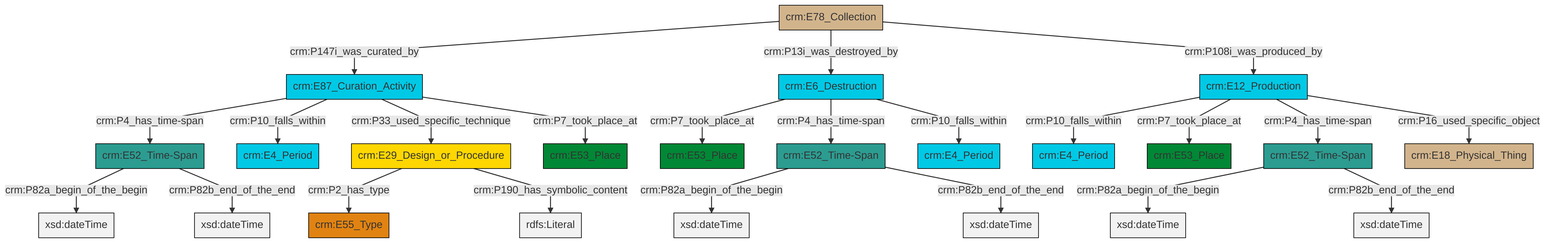
Before: et/archivalCSV/ttl/mmd/png/archival_existence.png, a diagram exported from Mermaid (swiss-art-research-net/docs.swissartresearch). Its source is kept beside it as et/archivalCSV/ttl/mmd/archival_existence.ttl.mmd. The source it was exported from:
```mermaid
graph TD
classDef Literal fill:#f2f2f2,stroke:#000000;
classDef CRM_Entity fill:#FFFFFF,stroke:#000000;
classDef Temporal_Entity fill:#00C9E6, stroke:#000000;
classDef Type fill:#E18312, stroke:#000000;
classDef Time-Span fill:#2C9C91, stroke:#000000;
classDef Appellation fill:#FFEB7F, stroke:#000000;
classDef Place fill:#008836, stroke:#000000;
classDef Persistent_Item fill:#B266B2, stroke:#000000;
classDef Conceptual_Object fill:#FFD700, stroke:#000000;
classDef Physical_Thing fill:#D2B48C, stroke:#000000;
classDef Actor fill:#f58aad, stroke:#000000;
classDef PC_Classes fill:#4ce600, stroke:#000000;
classDef Multi fill:#cccccc,stroke:#000000;

4["crm:E87_Curation_Activity"]:::Temporal_Entity -->|crm:P4_has_time-span| 5["crm:E52_Time-Span"]:::Time-Span
8["crm:E78_Collection"]:::Physical_Thing -->|crm:P147i_was_curated_by| 4["crm:E87_Curation_Activity"]:::Temporal_Entity
9["crm:E52_Time-Span"]:::Time-Span -->|crm:P82a_begin_of_the_begin| 10[xsd:dateTime]:::Literal
11["crm:E12_Production"]:::Temporal_Entity -->|crm:P10_falls_within| 2["crm:E4_Period"]:::Temporal_Entity
5["crm:E52_Time-Span"]:::Time-Span -->|crm:P82a_begin_of_the_begin| 16[xsd:dateTime]:::Literal
8["crm:E78_Collection"]:::Physical_Thing -->|crm:P13i_was_destroyed_by| 6["crm:E6_Destruction"]:::Temporal_Entity
23["crm:E29_Design_or_Procedure"]:::Conceptual_Object -->|crm:P2_has_type| 17["crm:E55_Type"]:::Type
23["crm:E29_Design_or_Procedure"]:::Conceptual_Object -->|crm:P190_has_symbolic_content| 26[rdfs:Literal]:::Literal
5["crm:E52_Time-Span"]:::Time-Span -->|crm:P82b_end_of_the_end| 29[xsd:dateTime]:::Literal
4["crm:E87_Curation_Activity"]:::Temporal_Entity -->|crm:P10_falls_within| 0["crm:E4_Period"]:::Temporal_Entity
6["crm:E6_Destruction"]:::Temporal_Entity -->|crm:P7_took_place_at| 33["crm:E53_Place"]:::Place
12["crm:E52_Time-Span"]:::Time-Span -->|crm:P82a_begin_of_the_begin| 34[xsd:dateTime]:::Literal
11["crm:E12_Production"]:::Temporal_Entity -->|crm:P7_took_place_at| 14["crm:E53_Place"]:::Place
8["crm:E78_Collection"]:::Physical_Thing -->|crm:P108i_was_produced_by| 11["crm:E12_Production"]:::Temporal_Entity
4["crm:E87_Curation_Activity"]:::Temporal_Entity -->|crm:P33_used_specific_technique| 23["crm:E29_Design_or_Procedure"]:::Conceptual_Object
4["crm:E87_Curation_Activity"]:::Temporal_Entity -->|crm:P7_took_place_at| 31["crm:E53_Place"]:::Place
6["crm:E6_Destruction"]:::Temporal_Entity -->|crm:P4_has_time-span| 12["crm:E52_Time-Span"]:::Time-Span
9["crm:E52_Time-Span"]:::Time-Span -->|crm:P82b_end_of_the_end| 35[xsd:dateTime]:::Literal
12["crm:E52_Time-Span"]:::Time-Span -->|crm:P82b_end_of_the_end| 37[xsd:dateTime]:::Literal
11["crm:E12_Production"]:::Temporal_Entity -->|crm:P4_has_time-span| 9["crm:E52_Time-Span"]:::Time-Span
11["crm:E12_Production"]:::Temporal_Entity -->|crm:P16_used_specific_object| 27["crm:E18_Physical_Thing"]:::Physical_Thing
6["crm:E6_Destruction"]:::Temporal_Entity -->|crm:P10_falls_within| 20["crm:E4_Period"]:::Temporal_Entity
```
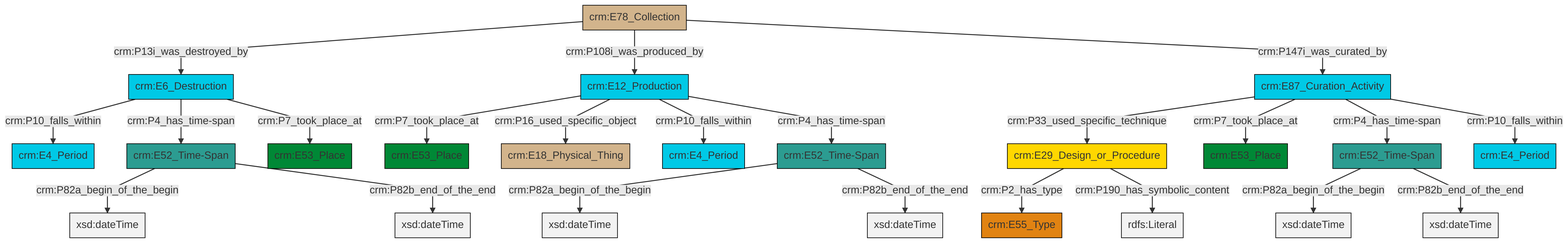
The same file after the commit.

What changed in the source:
```diff
@@ -13,25 +13,25 @@
 classDef PC_Classes fill:#4ce600, stroke:#000000;
 classDef Multi fill:#cccccc,stroke:#000000;
 
-4["crm:E87_Curation_Activity"]:::Temporal_Entity -->|crm:P4_has_time-span| 5["crm:E52_Time-Span"]:::Time-Span
-8["crm:E78_Collection"]:::Physical_Thing -->|crm:P147i_was_curated_by| 4["crm:E87_Curation_Activity"]:::Temporal_Entity
-9["crm:E52_Time-Span"]:::Time-Span -->|crm:P82a_begin_of_the_begin| 10[xsd:dateTime]:::Literal
-11["crm:E12_Production"]:::Temporal_Entity -->|crm:P10_falls_within| 2["crm:E4_Period"]:::Temporal_Entity
-5["crm:E52_Time-Span"]:::Time-Span -->|crm:P82a_begin_of_the_begin| 16[xsd:dateTime]:::Literal
-8["crm:E78_Collection"]:::Physical_Thing -->|crm:P13i_was_destroyed_by| 6["crm:E6_Destruction"]:::Temporal_Entity
-23["crm:E29_Design_or_Procedure"]:::Conceptual_Object -->|crm:P2_has_type| 17["crm:E55_Type"]:::Type
-23["crm:E29_Design_or_Procedure"]:::Conceptual_Object -->|crm:P190_has_symbolic_content| 26[rdfs:Literal]:::Literal
-5["crm:E52_Time-Span"]:::Time-Span -->|crm:P82b_end_of_the_end| 29[xsd:dateTime]:::Literal
-4["crm:E87_Curation_Activity"]:::Temporal_Entity -->|crm:P10_falls_within| 0["crm:E4_Period"]:::Temporal_Entity
-6["crm:E6_Destruction"]:::Temporal_Entity -->|crm:P7_took_place_at| 33["crm:E53_Place"]:::Place
-12["crm:E52_Time-Span"]:::Time-Span -->|crm:P82a_begin_of_the_begin| 34[xsd:dateTime]:::Literal
-11["crm:E12_Production"]:::Temporal_Entity -->|crm:P7_took_place_at| 14["crm:E53_Place"]:::Place
-8["crm:E78_Collection"]:::Physical_Thing -->|crm:P108i_was_produced_by| 11["crm:E12_Production"]:::Temporal_Entity
-4["crm:E87_Curation_Activity"]:::Temporal_Entity -->|crm:P33_used_specific_technique| 23["crm:E29_Design_or_Procedure"]:::Conceptual_Object
-4["crm:E87_Curation_Activity"]:::Temporal_Entity -->|crm:P7_took_place_at| 31["crm:E53_Place"]:::Place
-6["crm:E6_Destruction"]:::Temporal_Entity -->|crm:P4_has_time-span| 12["crm:E52_Time-Span"]:::Time-Span
-9["crm:E52_Time-Span"]:::Time-Span -->|crm:P82b_end_of_the_end| 35[xsd:dateTime]:::Literal
-12["crm:E52_Time-Span"]:::Time-Span -->|crm:P82b_end_of_the_end| 37[xsd:dateTime]:::Literal
-11["crm:E12_Production"]:::Temporal_Entity -->|crm:P4_has_time-span| 9["crm:E52_Time-Span"]:::Time-Span
-11["crm:E12_Production"]:::Temporal_Entity -->|crm:P16_used_specific_object| 27["crm:E18_Physical_Thing"]:::Physical_Thing
-6["crm:E6_Destruction"]:::Temporal_Entity -->|crm:P10_falls_within| 20["crm:E4_Period"]:::Temporal_Entity
+4["crm:E29_Design_or_Procedure"]:::Conceptual_Object -->|crm:P2_has_type| 5["crm:E55_Type"]:::Type
+6["crm:E52_Time-Span"]:::Time-Span -->|crm:P82a_begin_of_the_begin| 7[xsd:dateTime]:::Literal
+8["crm:E78_Collection"]:::Physical_Thing -->|crm:P13i_was_destroyed_by| 9["crm:E6_Destruction"]:::Temporal_Entity
+13["crm:E12_Production"]:::Temporal_Entity -->|crm:P7_took_place_at| 14["crm:E53_Place"]:::Place
+8["crm:E78_Collection"]:::Physical_Thing -->|crm:P108i_was_produced_by| 13["crm:E12_Production"]:::Temporal_Entity
+0["crm:E52_Time-Span"]:::Time-Span -->|crm:P82a_begin_of_the_begin| 15[xsd:dateTime]:::Literal
+2["crm:E87_Curation_Activity"]:::Temporal_Entity -->|crm:P33_used_specific_technique| 4["crm:E29_Design_or_Procedure"]:::Conceptual_Object
+8["crm:E78_Collection"]:::Physical_Thing -->|crm:P147i_was_curated_by| 2["crm:E87_Curation_Activity"]:::Temporal_Entity
+6["crm:E52_Time-Span"]:::Time-Span -->|crm:P82b_end_of_the_end| 18[xsd:dateTime]:::Literal
+9["crm:E6_Destruction"]:::Temporal_Entity -->|crm:P10_falls_within| 10["crm:E4_Period"]:::Temporal_Entity
+9["crm:E6_Destruction"]:::Temporal_Entity -->|crm:P4_has_time-span| 19["crm:E52_Time-Span"]:::Time-Span
+2["crm:E87_Curation_Activity"]:::Temporal_Entity -->|crm:P7_took_place_at| 16["crm:E53_Place"]:::Place
+19["crm:E52_Time-Span"]:::Time-Span -->|crm:P82a_begin_of_the_begin| 21[xsd:dateTime]:::Literal
+13["crm:E12_Production"]:::Temporal_Entity -->|crm:P16_used_specific_object| 22["crm:E18_Physical_Thing"]:::Physical_Thing
+13["crm:E12_Production"]:::Temporal_Entity -->|crm:P10_falls_within| 26["crm:E4_Period"]:::Temporal_Entity
+13["crm:E12_Production"]:::Temporal_Entity -->|crm:P4_has_time-span| 6["crm:E52_Time-Span"]:::Time-Span
+19["crm:E52_Time-Span"]:::Time-Span -->|crm:P82b_end_of_the_end| 29[xsd:dateTime]:::Literal
+2["crm:E87_Curation_Activity"]:::Temporal_Entity -->|crm:P4_has_time-span| 0["crm:E52_Time-Span"]:::Time-Span
+4["crm:E29_Design_or_Procedure"]:::Conceptual_Object -->|crm:P190_has_symbolic_content| 33[rdfs:Literal]:::Literal
+0["crm:E52_Time-Span"]:::Time-Span -->|crm:P82b_end_of_the_end| 36[xsd:dateTime]:::Literal
+9["crm:E6_Destruction"]:::Temporal_Entity -->|crm:P7_took_place_at| 23["crm:E53_Place"]:::Place
+2["crm:E87_Curation_Activity"]:::Temporal_Entity -->|crm:P10_falls_within| 34["crm:E4_Period"]:::Temporal_Entity
```
